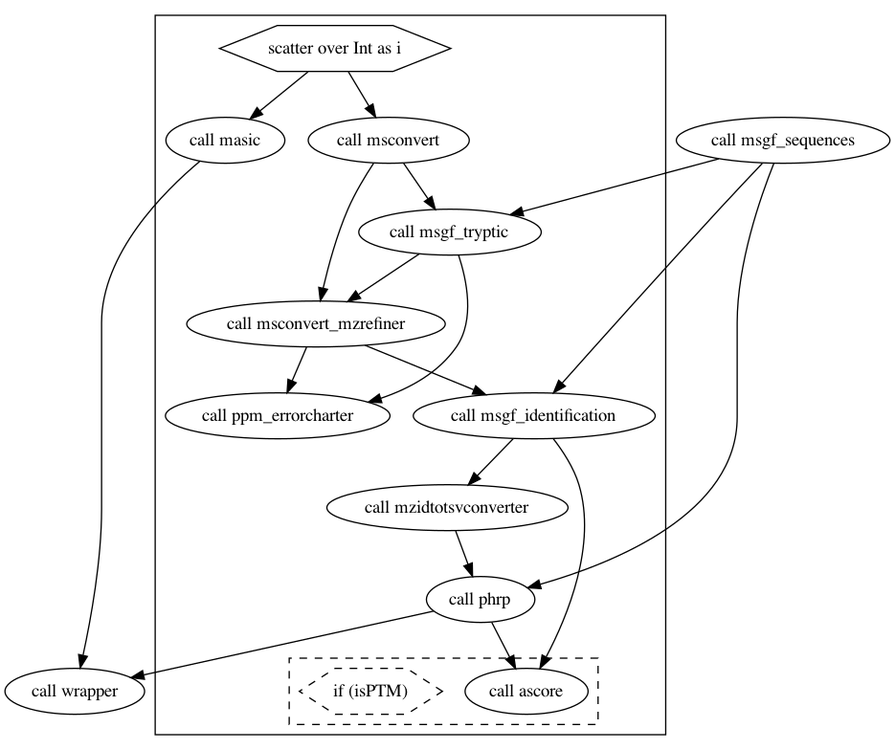
This is proteomics_msgfplus_schema.png from MoTrPAC/motrpac-proteomics-pipeline, a Graphviz export, as it was before one commit. Its source is kept beside it as proteomics_msgfplus_schema.dot.
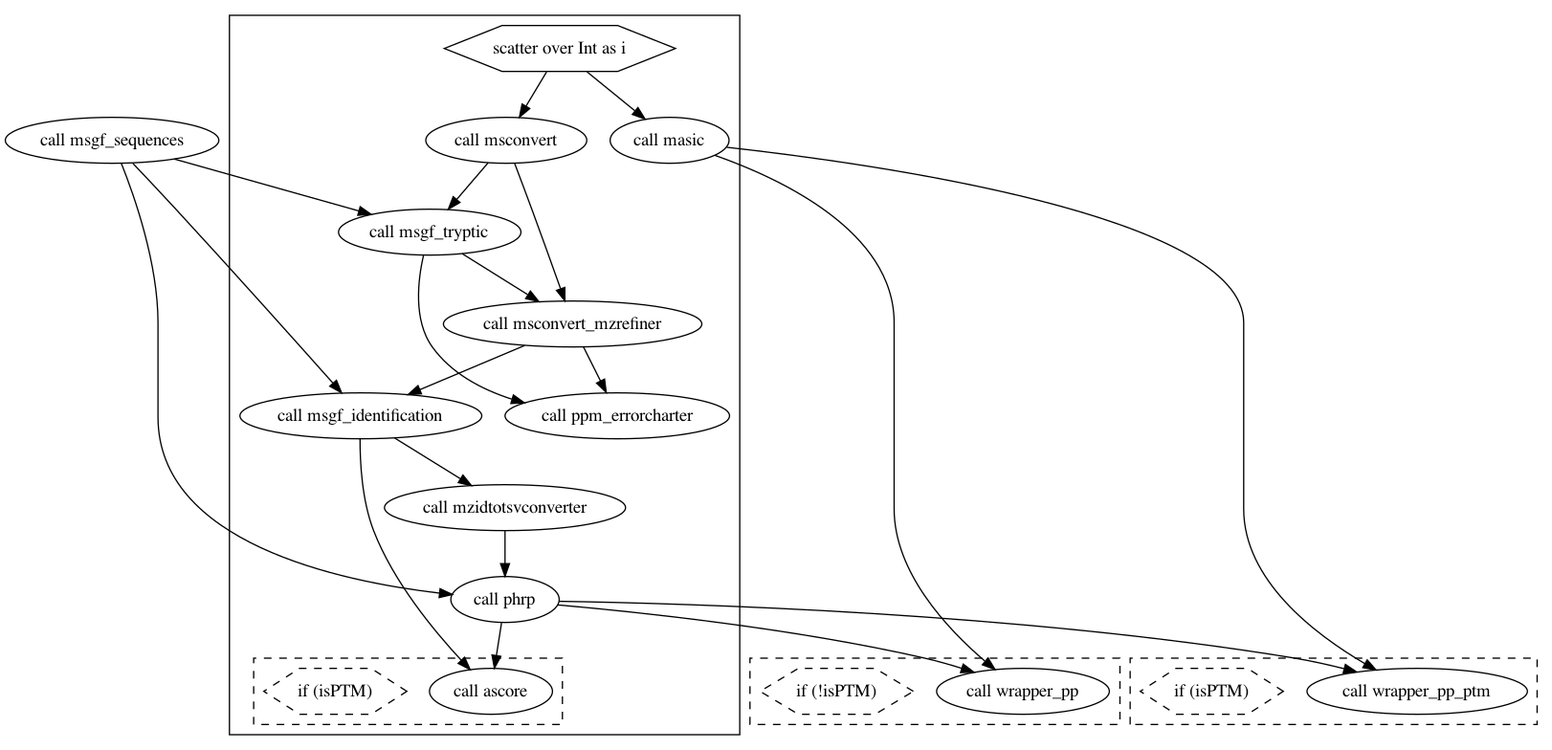
After the change.

Commit message:
Create two distinct functions: wrapper_pp and pp_ptm

Change to the diagram source:
```diff
@@ -8,39 +8,52 @@
   CALL_phrp -> CALL_ascore
   CALL_msconvert -> CALL_msgf_tryptic
   CALL_msgf_sequences -> CALL_msgf_tryptic
-  SCATTER_0_VARIABLE_i -> CALL_msconvert
   CALL_msgf_tryptic -> CALL_msconvert_mzrefiner
-  CALL_masic -> CALL_wrapper
+  CALL_phrp -> CALL_wrapper_pp_ptm
+  CALL_masic -> CALL_wrapper_pp
+  CALL_masic -> CALL_wrapper_pp_ptm
+  SCATTER_1_VARIABLE_i -> CALL_masic
   CALL_mzidtotsvconverter -> CALL_phrp
   CALL_msconvert_mzrefiner -> CALL_msgf_identification
-  CALL_phrp -> CALL_wrapper
+  CALL_phrp -> CALL_wrapper_pp
   CALL_msgf_tryptic -> CALL_ppm_errorcharter
   CALL_msgf_identification -> CALL_ascore
+  SCATTER_1_VARIABLE_i -> CALL_msconvert
   CALL_msconvert_mzrefiner -> CALL_ppm_errorcharter
-  SCATTER_0_VARIABLE_i -> CALL_masic
   CALL_msgf_sequences -> CALL_phrp
   CALL_msgf_sequences -> CALL_msgf_identification
 
   # Nodes
-  CALL_msgf_sequences [label="call msgf_sequences"]
   subgraph cluster_0 {
+    style="filled,dashed";
+    fillcolor=white;
+    CALL_wrapper_pp [label="call wrapper_pp"]
+    CONDITIONAL_0_EXPRESSION [shape="hexagon" label="if (!isPTM)" style="dashed" ]
+  }
+  subgraph cluster_1 {
     style="filled,solid";
     fillcolor=white;
     CALL_msgf_tryptic [label="call msgf_tryptic"]
     CALL_mzidtotsvconverter [label="call mzidtotsvconverter"]
     CALL_msconvert [label="call msconvert"]
     CALL_msgf_identification [label="call msgf_identification"]
-    SCATTER_0_VARIABLE_i [shape="hexagon" label="scatter over Int as i"]
-    subgraph cluster_1 {
+    subgraph cluster_2 {
       style="filled,dashed";
       fillcolor=white;
       CALL_ascore [label="call ascore"]
-      CONDITIONAL_1_EXPRESSION [shape="hexagon" label="if (isPTM)" style="dashed" ]
+      CONDITIONAL_2_EXPRESSION [shape="hexagon" label="if (isPTM)" style="dashed" ]
     }
     CALL_phrp [label="call phrp"]
     CALL_msconvert_mzrefiner [label="call msconvert_mzrefiner"]
     CALL_ppm_errorcharter [label="call ppm_errorcharter"]
     CALL_masic [label="call masic"]
+    SCATTER_1_VARIABLE_i [shape="hexagon" label="scatter over Int as i"]
   }
-  CALL_wrapper [label="call wrapper"]
+  subgraph cluster_3 {
+    style="filled,dashed";
+    fillcolor=white;
+    CALL_wrapper_pp_ptm [label="call wrapper_pp_ptm"]
+    CONDITIONAL_3_EXPRESSION [shape="hexagon" label="if (isPTM)" style="dashed" ]
+  }
+  CALL_msgf_sequences [label="call msgf_sequences"]
 }
```
